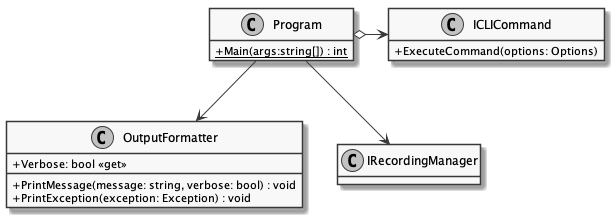
This is documents/sd/resources/Classes/Core/CLI/Program.png from insightmind/MORR, a PlantUML export, as it was before one commit.
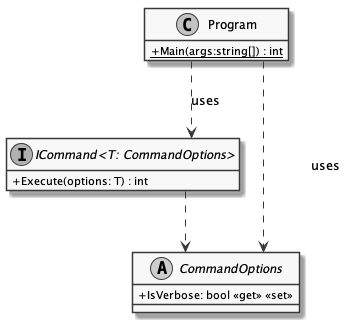
The same file after the commit.

Commit message:
Adjust Program diagram

Change to the diagram source:
```diff
@@ -1,22 +1,21 @@
 @startuml Program
 skinparam monochrome true
+skinparam linetype ortho
 skinparam classAttributeIconSize 0
 hide empty fields
 class Program {
     + {static} Main(args:string[]) : int
 }
-class ICLICommand {
-    + ExecuteCommand(options: Options)
+
+interface "ICommand<T: CommandOptions>" {
+    + Execute(options: T) : int
+}
+abstract class CommandOptions {
+    + IsVerbose: bool <<get>> <<set>>
 }
 
-class OutputFormatter {
-    + Verbose: bool <<get>>
+Program ..> "ICommand<T: CommandOptions>" : "uses"
+Program ..> CommandOptions : "uses"
+"ICommand<T: CommandOptions>" ..> CommandOptions
 
-    + PrintMessage(message: string, verbose: bool) : void
-    + PrintException(exception: Exception) : void
-}
-
-Program o-> ICLICommand
-Program --> OutputFormatter
-Program --> IRecordingManager
 @enduml
```
